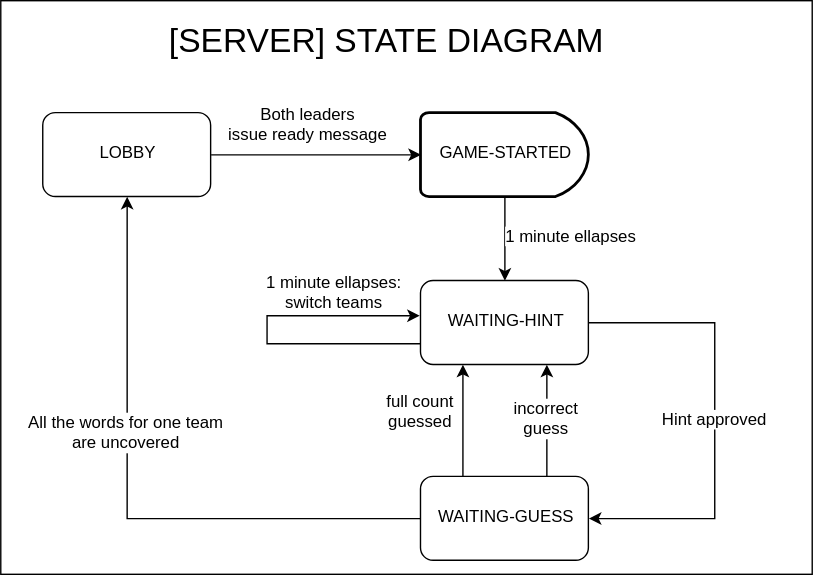
Earlier version of the draw.io export docs/UML/server/server-states.svg (dasanchez/mindfields). Source tidied: cells renumbered, new cells last; positions are measured from the earlier drawing's top-left corner, leaving out a move shared by most shapes.
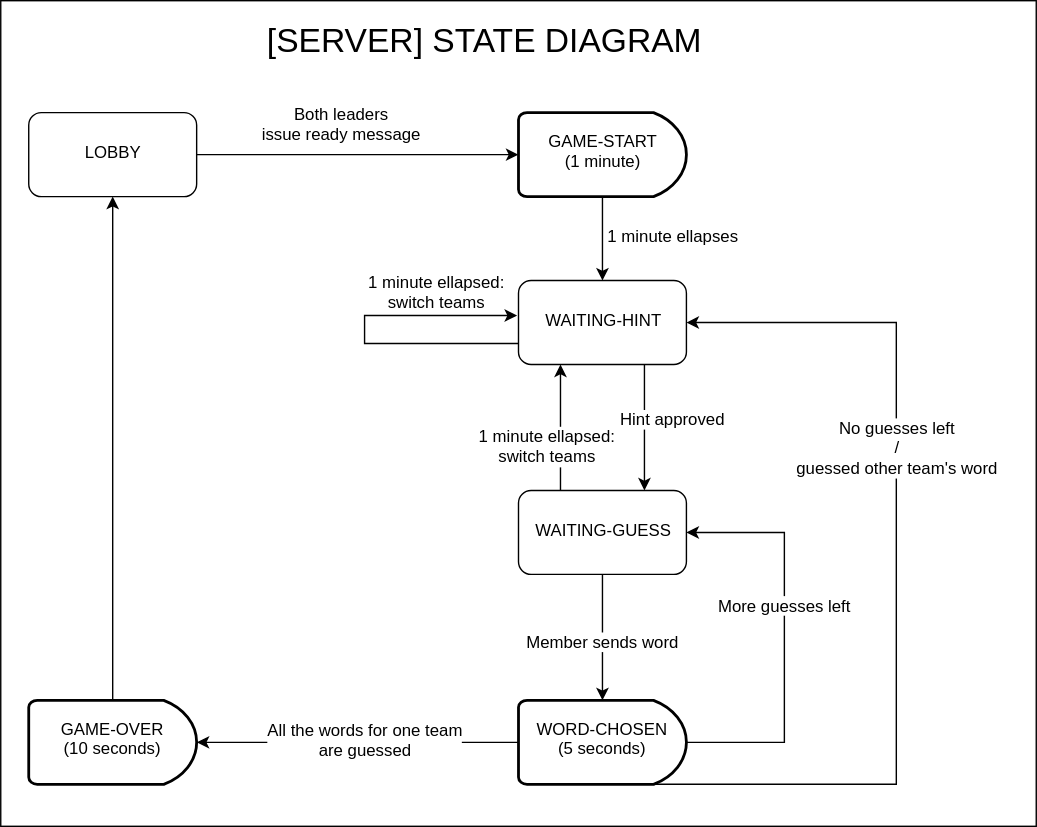
The same diagram one commit later.

Commit message:
Updated server states

The edit, as a diff of the source:
```diff
@@ -3,7 +3,7 @@
     <mxCell id="0" />
     <mxCell id="1" parent="0" />
     <mxCell id="2" style="rounded=0;whiteSpace=wrap;html=1;fontSize=24;" parent="1" vertex="1">
-      <mxGeometry width="580" height="410" as="geometry" />
+      <mxGeometry x="-70" width="740" height="590" as="geometry" />
     </mxCell>
     <mxCell id="3" style="edgeStyle=orthogonalEdgeStyle;rounded=0;html=1;exitX=1;exitY=0.5;entryX=0;entryY=0.5;jettySize=auto;entryPerimeter=0;" parent="1" edge="1" source="5" target="20">
       <mxGeometry relative="1" as="geometry" />
@@ -14,7 +14,7 @@
       </mxGeometry>
     </mxCell>
     <mxCell id="5" value="LOBBY" style="rounded=1;whiteSpace=wrap;html=1;" parent="1" vertex="1">
-      <mxGeometry x="30" y="80" width="120" height="60" as="geometry" />
+      <mxGeometry x="-50" y="80" width="120" height="60" as="geometry" />
     </mxCell>
     <mxCell id="6" style="edgeStyle=orthogonalEdgeStyle;rounded=0;html=1;exitX=0.5;exitY=1;entryX=0.5;entryY=0;jettySize=auto;exitPerimeter=0;" parent="1" edge="1" source="20" target="10">
       <mxGeometry relative="1" as="geometry" />
@@ -32,64 +32,85 @@
         </Array>
       </mxGeometry>
     </mxCell>
-    <mxCell id="9" value="1 minute ellapses:&lt;br&gt;switch teams" style="text;html=1;align=center;verticalAlign=middle;labelBackgroundColor=#ffffff;" parent="8" vertex="1">
+    <mxCell id="9" value="1 minute ellapsed:&lt;br&gt;switch teams" style="text;html=1;align=center;verticalAlign=middle;labelBackgroundColor=#ffffff;" parent="8" vertex="1">
       <mxGeometry x="-0.25" y="3" relative="1" as="geometry">
         <mxPoint x="29.5" y="-38" as="offset" />
       </mxGeometry>
     </mxCell>
-    <mxCell id="10" value="WAITING-HINT" style="rounded=1;whiteSpace=wrap;html=1;" parent="1" vertex="1">
-      <mxGeometry x="300" y="200" width="120" height="60" as="geometry" />
-    </mxCell>
-    <mxCell id="11" style="edgeStyle=orthogonalEdgeStyle;rounded=0;html=1;jettySize=auto;entryX=1;entryY=0.5;exitX=1;exitY=0.5;" parent="1" edge="1" source="10" target="19">
-      <mxGeometry relative="1" as="geometry">
-        <Array as="points">
-          <mxPoint x="510" y="230" />
-          <mxPoint x="510" y="370" />
-        </Array>
-      </mxGeometry>
+    <mxCell id="11" style="edgeStyle=none;rounded=0;html=1;exitX=0.75;exitY=1;entryX=0.75;entryY=0;startArrow=none;startFill=0;jettySize=auto;fontSize=48;" parent="1" edge="1" source="10" target="19">
+      <mxGeometry relative="1" as="geometry" />
     </mxCell>
-    <mxCell id="12" value="Hint approved" style="text;html=1;align=center;verticalAlign=middle;labelBackgroundColor=#ffffff;" parent="11" vertex="1">
-      <mxGeometry x="-0.12" y="-63" relative="1" as="geometry">
-        <mxPoint x="63" y="20" as="offset" />
+    <mxCell id="12" value="&lt;font style=&quot;font-size: 12px&quot;&gt;Hint approved&lt;/font&gt;" style="text;html=1;align=center;verticalAlign=middle;labelBackgroundColor=#ffffff;fontSize=12;" parent="11" vertex="1">
+      <mxGeometry x="-0.24" y="-3" relative="1" as="geometry">
+        <mxPoint x="22.5" y="6" as="offset" />
       </mxGeometry>
     </mxCell>
-    <mxCell id="13" style="edgeStyle=orthogonalEdgeStyle;rounded=0;html=1;exitX=0.25;exitY=0;entryX=0.25;entryY=1;jettySize=auto;" parent="1" edge="1" source="19" target="10">
-      <mxGeometry relative="1" as="geometry">
-        <Array as="points">
-          <mxPoint x="330" y="290" />
-          <mxPoint x="330" y="290" />
-        </Array>
-      </mxGeometry>
-    </mxCell>
-    <mxCell id="14" value="full count&lt;br&gt;guessed" style="text;html=1;align=center;verticalAlign=middle;labelBackgroundColor=#ffffff;" parent="13" vertex="1">
-      <mxGeometry x="0.28" relative="1" as="geometry">
-        <mxPoint x="-30" y="5.5" as="offset" />
-      </mxGeometry>
-    </mxCell>
-    <mxCell id="15" style="edgeStyle=orthogonalEdgeStyle;rounded=0;html=1;exitX=0.75;exitY=0;entryX=0.75;entryY=1;jettySize=auto;" parent="1" edge="1" source="19" target="10">
-      <mxGeometry relative="1" as="geometry" />
-    </mxCell>
-    <mxCell id="16" value="incorrect&lt;br&gt;guess" style="text;html=1;align=center;verticalAlign=middle;labelBackgroundColor=#ffffff;" parent="15" vertex="1">
-      <mxGeometry x="-0.28" y="-3" relative="1" as="geometry">
-        <mxPoint x="-3" y="-11" as="offset" />
-      </mxGeometry>
-    </mxCell>
-    <mxCell id="17" style="edgeStyle=orthogonalEdgeStyle;rounded=0;html=1;exitX=0;exitY=0.5;entryX=0.5;entryY=1;jettySize=auto;" parent="1" edge="1" source="19" target="5">
-      <mxGeometry relative="1" as="geometry" />
-    </mxCell>
-    <mxCell id="18" value="All the words for one team&lt;br&gt;are uncovered" style="text;html=1;align=center;verticalAlign=middle;labelBackgroundColor=#ffffff;" parent="17" vertex="1">
-      <mxGeometry x="-0.47" relative="1" as="geometry">
-        <mxPoint x="-93" y="-60" as="offset" />
-      </mxGeometry>
-    </mxCell>
+    <mxCell id="10" value="WAITING-HINT" style="rounded=1;whiteSpace=wrap;html=1;" parent="1" vertex="1">
+      <mxGeometry x="300" y="200" width="120" height="60" as="geometry" />
+    </mxCell>
+    <mxCell id="22" style="edgeStyle=none;rounded=0;html=1;exitX=0.5;exitY=1;entryX=0.5;entryY=0;startArrow=none;startFill=0;jettySize=auto;fontSize=12;entryPerimeter=0;" parent="1" edge="1" source="19" target="32">
+      <mxGeometry relative="1" as="geometry" />
+    </mxCell>
+    <mxCell id="23" value="Member sends word" style="text;html=1;align=center;verticalAlign=middle;labelBackgroundColor=#ffffff;fontSize=12;" parent="22" vertex="1">
+      <mxGeometry x="-0.28" relative="1" as="geometry">
+        <mxPoint x="-0.5" y="17.5" as="offset" />
+      </mxGeometry>
+    </mxCell>
+    <mxCell id="24" style="edgeStyle=none;rounded=0;html=1;exitX=0.25;exitY=0;entryX=0.25;entryY=1;startArrow=none;startFill=0;jettySize=auto;fontSize=12;" parent="1" edge="1" source="19" target="10">
+      <mxGeometry relative="1" as="geometry" />
+    </mxCell>
+    <mxCell id="25" value="1 minute ellapsed:&lt;br&gt;switch teams" style="text;html=1;align=center;verticalAlign=middle;labelBackgroundColor=#ffffff;fontSize=12;" parent="24" vertex="1">
+      <mxGeometry x="-0.35" y="-1" relative="1" as="geometry">
+        <mxPoint x="-11.5" y="-1" as="offset" />
+      </mxGeometry>
+    </mxCell>
     <mxCell id="19" value="WAITING-GUESS" style="rounded=1;whiteSpace=wrap;html=1;" parent="1" vertex="1">
-      <mxGeometry x="300" y="340" width="120" height="60" as="geometry" />
+      <mxGeometry x="300" y="350" width="120" height="60" as="geometry" />
     </mxCell>
-    <mxCell id="20" value="GAME-STARTED" style="strokeWidth=2;html=1;shape=mxgraph.flowchart.delay;whiteSpace=wrap;" parent="1" vertex="1">
+    <mxCell id="20" value="GAME-START&lt;br&gt;(1 minute)" style="strokeWidth=2;html=1;shape=mxgraph.flowchart.delay;whiteSpace=wrap;" parent="1" vertex="1">
       <mxGeometry x="300" y="80" width="120" height="60" as="geometry" />
     </mxCell>
     <mxCell id="21" value="[SERVER] STATE DIAGRAM" style="text;html=1;strokeColor=none;fillColor=none;align=center;verticalAlign=middle;whiteSpace=wrap;rounded=0;fontSize=24;" parent="1" vertex="1">
       <mxGeometry x="110" y="20" width="330" height="20" as="geometry" />
     </mxCell>
+    <mxCell id="26" style="edgeStyle=none;rounded=0;html=1;exitX=1;exitY=0.5;exitPerimeter=0;entryX=1;entryY=0.5;startArrow=none;startFill=0;jettySize=auto;fontSize=12;" parent="1" edge="1" source="32" target="19">
+      <mxGeometry relative="1" as="geometry">
+        <Array as="points">
+          <mxPoint x="490" y="530" />
+          <mxPoint x="490" y="380" />
+        </Array>
+      </mxGeometry>
+    </mxCell>
+    <mxCell id="27" value="More guesses left" style="text;html=1;align=center;verticalAlign=middle;labelBackgroundColor=#ffffff;fontSize=12;" parent="26" vertex="1">
+      <mxGeometry x="0.15" relative="1" as="geometry" />
+    </mxCell>
+    <mxCell id="28" style="edgeStyle=none;rounded=0;html=1;exitX=0.81;exitY=1;exitPerimeter=0;entryX=1;entryY=0.5;startArrow=none;startFill=0;jettySize=auto;fontSize=12;" parent="1" edge="1" source="32" target="10">
+      <mxGeometry relative="1" as="geometry">
+        <Array as="points">
+          <mxPoint x="570" y="560" />
+          <mxPoint x="570" y="230" />
+        </Array>
+      </mxGeometry>
+    </mxCell>
+    <mxCell id="29" value="No guesses left&lt;br&gt;/&lt;br&gt;guessed other team's word" style="text;html=1;align=center;verticalAlign=middle;labelBackgroundColor=#ffffff;fontSize=12;" parent="28" vertex="1">
+      <mxGeometry x="0.26" relative="1" as="geometry" />
+    </mxCell>
+    <mxCell id="30" style="edgeStyle=none;rounded=0;html=1;exitX=0;exitY=0.5;exitPerimeter=0;entryX=1;entryY=0.5;entryPerimeter=0;startArrow=none;startFill=0;jettySize=auto;fontSize=12;" parent="1" edge="1" source="32" target="34">
+      <mxGeometry relative="1" as="geometry" />
+    </mxCell>
+    <mxCell id="31" value="All the words for one team&lt;br&gt;are guessed" style="text;html=1;align=center;verticalAlign=middle;labelBackgroundColor=#ffffff;fontSize=12;" parent="30" vertex="1">
+      <mxGeometry x="0.29" relative="1" as="geometry">
+        <mxPoint x="38" as="offset" />
+      </mxGeometry>
+    </mxCell>
+    <mxCell id="32" value="WORD-CHOSEN&lt;br&gt;(5 seconds)" style="strokeWidth=2;html=1;shape=mxgraph.flowchart.delay;whiteSpace=wrap;" parent="1" vertex="1">
+      <mxGeometry x="300" y="500" width="120" height="60" as="geometry" />
+    </mxCell>
+    <mxCell id="33" style="edgeStyle=none;rounded=0;html=1;exitX=0.5;exitY=0;exitPerimeter=0;entryX=0.5;entryY=1;startArrow=none;startFill=0;jettySize=auto;fontSize=12;" parent="1" edge="1" source="34" target="5">
+      <mxGeometry relative="1" as="geometry" />
+    </mxCell>
+    <mxCell id="34" value="GAME-OVER&lt;br&gt;(10 seconds)" style="strokeWidth=2;html=1;shape=mxgraph.flowchart.delay;whiteSpace=wrap;" parent="1" vertex="1">
+      <mxGeometry x="-50" y="500" width="120" height="60" as="geometry" />
+    </mxCell>
   </root>
 </mxGraphModel>
```
